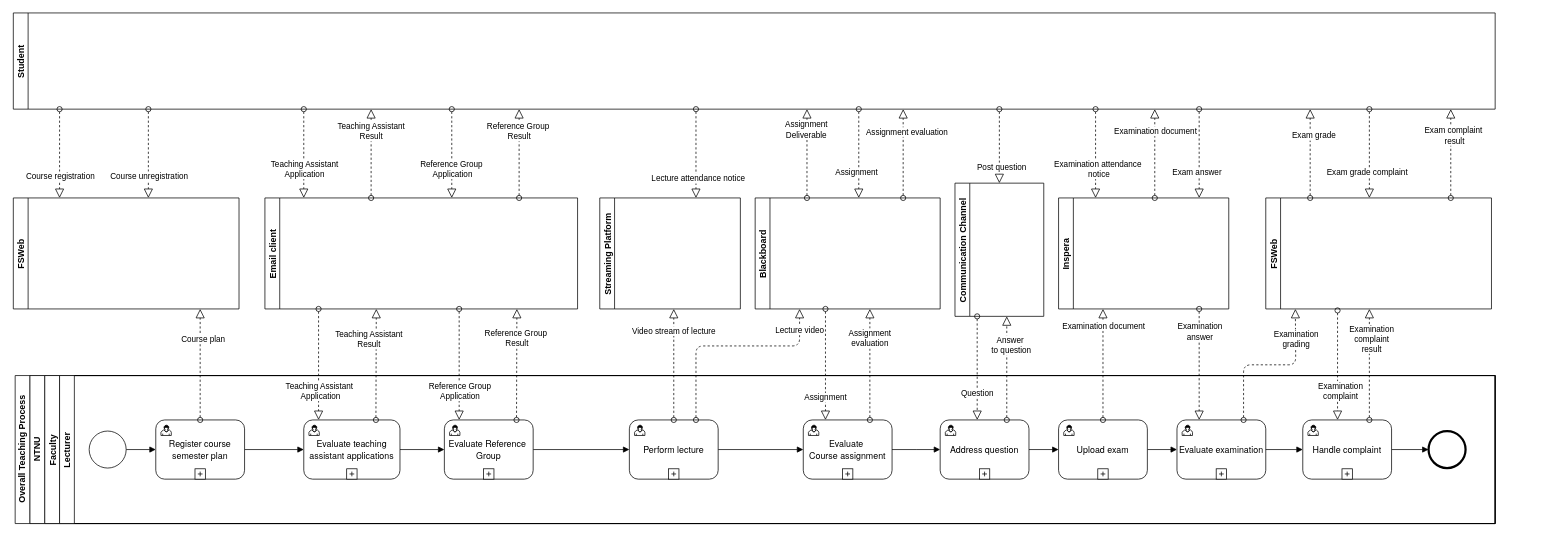
Before: Overall Teaching Process TO BE.drawio in gullskatten/BPMN-models, a draw.io diagram. Source tidied: cells renumbered, new cells numbered last; positions are measured from the earlier drawing's top-left corner, leaving out a move shared by most shapes. Both pictures are drawn from the tidied source at 74%, with x=0, y=0 at pixel (13, 13).
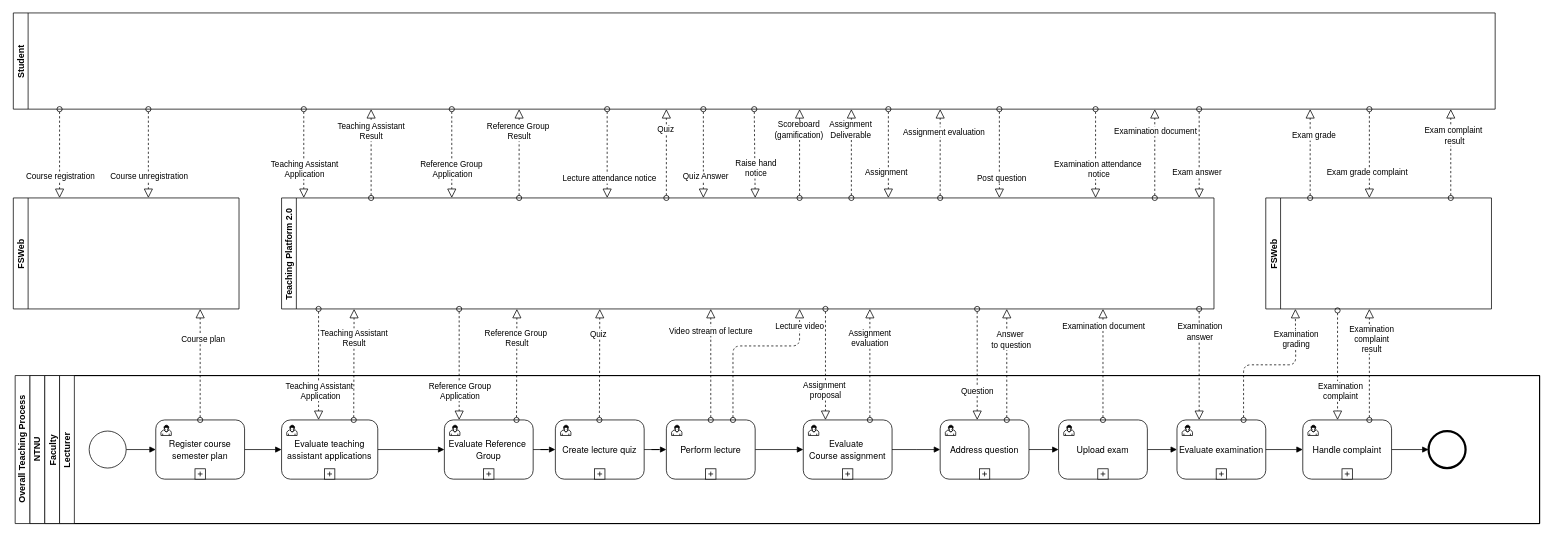
After the change.

The change refers to these unchanged cells:
```xml
<mxCell id="9" value="&lt;span style=&quot;font-family: &amp;#34;helvetica neue&amp;#34;&quot;&gt;Address question&lt;br&gt;&lt;/span&gt;" style="html=1;whiteSpace=wrap;rounded=1;" parent="5" vertex="1">
  <mxGeometry x="1190" y="60" width="120" height="80" as="geometry" />
</mxCell>
<mxCell id="26" value="&lt;span style=&quot;font-family: &amp;#34;helvetica neue&amp;#34;&quot;&gt;Evaluate Reference&amp;nbsp;&lt;br&gt;Group&lt;br&gt;&lt;/span&gt;" style="html=1;whiteSpace=wrap;rounded=1;" parent="5" vertex="1">
  <mxGeometry x="520" y="60" width="120" height="80" as="geometry" />
</mxCell>
<mxCell id="45" value="Student" style="swimlane;startSize=20;horizontal=0;" parent="1" vertex="1">
  <mxGeometry x="-0.5" width="2002.5" height="130" as="geometry" />
</mxCell>
```

Diff of the diagram source:
```diff
@@
     <mxCell id="2" value="Overall Teaching Process" style="swimlane;html=1;horizontal=0;startSize=20;" parent="1" vertex="1">
-      <mxGeometry x="2" y="490" width="2000" height="200" as="geometry" />
+      <mxGeometry x="2" y="490" width="2060" height="200" as="geometry" />
     </mxCell>
     <mxCell id="3" value="NTNU" style="swimlane;html=1;startSize=20;horizontal=0;" parent="2" vertex="1">
-      <mxGeometry x="20" width="1980" height="200" as="geometry" />
+      <mxGeometry x="20" width="2040" height="200" as="geometry" />
     </mxCell>
     <mxCell id="4" value="Faculty" style="swimlane;startSize=20;horizontal=0;" parent="3" vertex="1">
-      <mxGeometry x="20" width="1960" height="200" as="geometry" />
+      <mxGeometry x="20" width="2020" height="200" as="geometry" />
     </mxCell>
     <mxCell id="5" value="Lecturer" style="swimlane;startSize=20;horizontal=0;" parent="4" vertex="1">
-      <mxGeometry x="20" width="1940" height="200" as="geometry" />
+      <mxGeometry x="20" width="2000" height="200" as="geometry" />
     </mxCell>
@@
+    <mxCell id="12" value="&lt;span style=&quot;font-family: &amp;#34;helvetica neue&amp;#34;&quot;&gt;Evaluate&amp;nbsp;&lt;br&gt;Course assignment&lt;br&gt;&lt;/span&gt;" style="html=1;whiteSpace=wrap;rounded=1;" parent="5" vertex="1">
+      <mxGeometry x="1005" y="60" width="120" height="80" as="geometry" />
+    </mxCell>
+    <mxCell id="13" style="html=1;shape=mxgraph.bpmn.user_task;" parent="12" vertex="1">
+      <mxGeometry width="14" height="14" relative="1" as="geometry">
+        <mxPoint x="7" y="7" as="offset" />
+      </mxGeometry>
+    </mxCell>
+    <mxCell id="14" style="html=1;shape=plus;" parent="12" vertex="1">
+      <mxGeometry x="0.5" y="1" width="14" height="14" relative="1" as="geometry">
+        <mxPoint x="-7" y="-14" as="offset" />
+      </mxGeometry>
+    </mxCell>
+    <mxCell id="111" value="&lt;span style=&quot;font-family: &amp;#34;helvetica neue&amp;#34;&quot;&gt;Create lecture quiz&lt;br&gt;&lt;/span&gt;" style="html=1;whiteSpace=wrap;rounded=1;" parent="5" vertex="1">
+      <mxGeometry x="670" y="60" width="120" height="80" as="geometry" />
+    </mxCell>
+    <mxCell id="112" style="html=1;shape=mxgraph.bpmn.user_task;" parent="111" vertex="1">
+      <mxGeometry width="14" height="14" relative="1" as="geometry">
+        <mxPoint x="7" y="7" as="offset" />
+      </mxGeometry>
+    </mxCell>
+    <mxCell id="113" style="html=1;shape=plus;" parent="111" vertex="1">
+      <mxGeometry x="0.5" y="1" width="14" height="14" relative="1" as="geometry">
+        <mxPoint x="-7" y="-14" as="offset" />
+      </mxGeometry>
+    </mxCell>
+    <mxCell id="22" value="&lt;span style=&quot;font-family: &amp;#34;helvetica neue&amp;#34;&quot;&gt;Perform lecture&lt;br&gt;&lt;/span&gt;" style="html=1;whiteSpace=wrap;rounded=1;" parent="5" vertex="1">
+      <mxGeometry x="820" y="60" width="120" height="80" as="geometry" />
+    </mxCell>
+    <mxCell id="23" style="html=1;shape=mxgraph.bpmn.user_task;" parent="22" vertex="1">
+      <mxGeometry width="14" height="14" relative="1" as="geometry">
+        <mxPoint x="7" y="7" as="offset" />
+      </mxGeometry>
+    </mxCell>
+    <mxCell id="24" style="html=1;shape=plus;" parent="22" vertex="1">
+      <mxGeometry x="0.5" y="1" width="14" height="14" relative="1" as="geometry">
+        <mxPoint x="-7" y="-14" as="offset" />
+      </mxGeometry>
+    </mxCell>
@@
-    <mxCell id="12" value="&lt;span style=&quot;font-family: &amp;#34;helvetica neue&amp;#34;&quot;&gt;Evaluate&amp;nbsp;&lt;br&gt;Course assignment&lt;br&gt;&lt;/span&gt;" style="html=1;whiteSpace=wrap;rounded=1;" parent="5" vertex="1">
-      <mxGeometry x="1005" y="60" width="120" height="80" as="geometry" />
-    </mxCell>
-    <mxCell id="13" style="html=1;shape=mxgraph.bpmn.user_task;" parent="12" vertex="1">
-      <mxGeometry width="14" height="14" relative="1" as="geometry">
-        <mxPoint x="7" y="7" as="offset" />
-      </mxGeometry>
-    </mxCell>
-    <mxCell id="14" style="html=1;shape=plus;" parent="12" vertex="1">
-      <mxGeometry x="0.5" y="1" width="14" height="14" relative="1" as="geometry">
-        <mxPoint x="-7" y="-14" as="offset" />
-      </mxGeometry>
-    </mxCell>
@@
-    <mxCell id="22" value="&lt;span style=&quot;font-family: &amp;#34;helvetica neue&amp;#34;&quot;&gt;Perform lecture&lt;br&gt;&lt;/span&gt;" style="html=1;whiteSpace=wrap;rounded=1;" parent="5" vertex="1">
-      <mxGeometry x="770" y="60" width="120" height="80" as="geometry" />
-    </mxCell>
-    <mxCell id="23" style="html=1;shape=mxgraph.bpmn.user_task;" parent="22" vertex="1">
-      <mxGeometry width="14" height="14" relative="1" as="geometry">
-        <mxPoint x="7" y="7" as="offset" />
-      </mxGeometry>
-    </mxCell>
-    <mxCell id="24" style="html=1;shape=plus;" parent="22" vertex="1">
-      <mxGeometry x="0.5" y="1" width="14" height="14" relative="1" as="geometry">
-        <mxPoint x="-7" y="-14" as="offset" />
-      </mxGeometry>
-    </mxCell>
-    <mxCell id="25" style="edgeStyle=orthogonalEdgeStyle;rounded=0;jettySize=auto;html=1;entryX=0;entryY=0.5;entryDx=0;entryDy=0;endArrow=block;endFill=1;" parent="5" edge="1" source="26" target="22">
+    <mxCell id="25" style="edgeStyle=orthogonalEdgeStyle;rounded=0;jettySize=auto;html=1;entryX=0;entryY=0.5;entryDx=0;entryDy=0;endArrow=block;endFill=1;" parent="5" edge="1" source="111" target="22">
       <mxGeometry relative="1" as="geometry" />
     </mxCell>
@@
-    <mxCell id="30" value="&lt;span style=&quot;font-family: &amp;#34;helvetica neue&amp;#34;&quot;&gt;Evaluate teaching assistant applications&lt;/span&gt;" style="html=1;whiteSpace=wrap;rounded=1;" parent="5" vertex="1">
-      <mxGeometry x="330" y="60" width="130" height="80" as="geometry" />
-    </mxCell>
-    <mxCell id="31" style="html=1;shape=mxgraph.bpmn.user_task;" parent="30" vertex="1">
-      <mxGeometry width="14" height="14" relative="1" as="geometry">
-        <mxPoint x="7" y="7" as="offset" />
-      </mxGeometry>
-    </mxCell>
-    <mxCell id="32" style="html=1;shape=plus;" parent="30" vertex="1">
-      <mxGeometry x="0.5" y="1" width="14" height="14" relative="1" as="geometry">
-        <mxPoint x="-7" y="-14" as="offset" />
-      </mxGeometry>
-    </mxCell>
@@
+    <mxCell id="114" style="edgeStyle=orthogonalEdgeStyle;rounded=0;jettySize=auto;html=1;entryX=0;entryY=0.5;entryDx=0;entryDy=0;endArrow=block;endFill=1;" parent="5" edge="1" source="26" target="111">
+      <mxGeometry relative="1" as="geometry" />
+    </mxCell>
+    <mxCell id="115" style="startArrow=oval;startFill=0;startSize=7;endArrow=block;endFill=0;endSize=10;dashed=1;html=1;" parent="5" edge="1">
+      <mxGeometry relative="1" as="geometry">
+        <mxPoint x="729.5" y="60" as="sourcePoint" />
+        <mxPoint x="730" y="-90" as="targetPoint" />
+      </mxGeometry>
+    </mxCell>
+    <mxCell id="116" value="Quiz" style="edgeLabel;html=1;align=center;verticalAlign=middle;" parent="115" vertex="1">
+      <mxGeometry x="0.55" y="2" relative="1" as="geometry" />
+    </mxCell>
+    <mxCell id="30" value="&lt;span style=&quot;font-family: &amp;#34;helvetica neue&amp;#34;&quot;&gt;Evaluate teaching assistant applications&lt;/span&gt;" style="html=1;whiteSpace=wrap;rounded=1;" parent="5" vertex="1">
+      <mxGeometry x="300" y="60" width="130" height="80" as="geometry" />
+    </mxCell>
+    <mxCell id="31" style="html=1;shape=mxgraph.bpmn.user_task;" parent="30" vertex="1">
+      <mxGeometry width="14" height="14" relative="1" as="geometry">
+        <mxPoint x="7" y="7" as="offset" />
+      </mxGeometry>
+    </mxCell>
+    <mxCell id="32" style="html=1;shape=plus;" parent="30" vertex="1">
+      <mxGeometry x="0.5" y="1" width="14" height="14" relative="1" as="geometry">
+        <mxPoint x="-7" y="-14" as="offset" />
+      </mxGeometry>
+    </mxCell>
@@
+    <mxCell id="105" style="startArrow=oval;startFill=0;startSize=7;endArrow=block;endFill=0;endSize=10;dashed=1;html=1;" parent="45" edge="1">
+      <mxGeometry relative="1" as="geometry">
+        <mxPoint x="1332.5" y="130" as="sourcePoint" />
+        <mxPoint x="1332.5" y="250" as="targetPoint" />
+        <Array as="points">
+          <mxPoint x="1332.5" y="210" />
+        </Array>
+      </mxGeometry>
+    </mxCell>
+    <mxCell id="106" value="Post question" style="edgeLabel;html=1;align=center;verticalAlign=middle;" parent="105" vertex="1">
+      <mxGeometry x="0.55" y="2" relative="1" as="geometry" />
+    </mxCell>
@@
-    <mxCell id="49" value="Email client" style="swimlane;startSize=20;horizontal=0;" parent="1" vertex="1">
-      <mxGeometry x="339.5" y="250" width="422.5" height="150" as="geometry" />
-    </mxCell>
@@
     <mxCell id="54" value="Teaching Assistant &lt;br&gt;Result" style="startArrow=oval;startFill=0;startSize=7;endArrow=block;endFill=0;endSize=10;dashed=1;html=1;exitX=0.75;exitY=0;exitDx=0;exitDy=0;" parent="1" edge="1" source="30">
-      <mxGeometry x="0.45" y="10" relative="1" as="geometry">
-        <mxPoint x="490" y="400" as="targetPoint" />
+      <mxGeometry x="0.47" relative="1" as="geometry">
+        <mxPoint x="460" y="400" as="targetPoint" />
       </mxGeometry>
     </mxCell>
@@
-    <mxCell id="64" value="Streaming Platform" style="swimlane;startSize=20;horizontal=0;" parent="1" vertex="1">
-      <mxGeometry x="792" y="250" width="190" height="150" as="geometry" />
-    </mxCell>
     <mxCell id="65" value="Video stream of lecture" style="startArrow=oval;startFill=0;startSize=7;endArrow=block;endFill=0;endSize=10;dashed=1;html=1;exitX=0.5;exitY=0;exitDx=0;exitDy=0;" parent="1" edge="1" source="22">
       <mxGeometry x="0.6" relative="1" as="geometry">
-        <mxPoint x="892" y="400" as="targetPoint" />
+        <mxPoint x="942" y="400" as="targetPoint" />
       </mxGeometry>
     </mxCell>
     <mxCell id="66" style="startArrow=oval;startFill=0;startSize=7;endArrow=block;endFill=0;endSize=10;dashed=1;html=1;" parent="1" edge="1">
       <mxGeometry relative="1" as="geometry">
-        <mxPoint x="922" y="130" as="sourcePoint" />
-        <mxPoint x="922" y="250" as="targetPoint" />
+        <mxPoint x="802" y="130" as="sourcePoint" />
+        <mxPoint x="802" y="250" as="targetPoint" />
       </mxGeometry>
     </mxCell>
@@
-    <mxCell id="68" value="Blackboard" style="swimlane;startSize=20;horizontal=0;" parent="1" vertex="1">
-      <mxGeometry x="1002" y="250" width="250" height="150" as="geometry" />
-    </mxCell>
-    <mxCell id="69" style="startArrow=oval;startFill=0;startSize=7;endArrow=block;endFill=0;endSize=10;dashed=1;html=1;" parent="68" edge="1">
-      <mxGeometry relative="1" as="geometry">
-        <mxPoint x="70" as="sourcePoint" />
-        <mxPoint x="70" y="-120" as="targetPoint" />
-      </mxGeometry>
-    </mxCell>
-    <mxCell id="70" value="Assignment &lt;br&gt;Deliverable" style="edgeLabel;html=1;align=center;verticalAlign=middle;" parent="69" vertex="1">
-      <mxGeometry x="0.55" y="2" relative="1" as="geometry" />
-    </mxCell>
     <mxCell id="71" value="Lecture video" style="startArrow=oval;startFill=0;startSize=7;endArrow=block;endFill=0;endSize=10;dashed=1;html=1;exitX=0.75;exitY=0;exitDx=0;exitDy=0;edgeStyle=orthogonalEdgeStyle;" parent="1" edge="1" source="22">
       <mxGeometry x="0.8" relative="1" as="geometry">
         <mxPoint x="1062" y="400" as="targetPoint" />
         <Array as="points">
-          <mxPoint x="922" y="450" />
+          <mxPoint x="972" y="450" />
           <mxPoint x="1062" y="450" />
         </Array>
       </mxGeometry>
     </mxCell>
@@
-    <mxCell id="73" value="Assignment" style="startArrow=oval;startFill=0;startSize=7;endArrow=block;endFill=0;endSize=10;dashed=1;html=1;entryX=0.25;entryY=0;entryDx=0;entryDy=0;" parent="1" edge="1" target="12">
-      <mxGeometry x="0.6" relative="1" as="geometry">
+    <mxCell id="73" value="Assignment&amp;nbsp;&lt;br&gt;proposal" style="startArrow=oval;startFill=0;startSize=7;endArrow=block;endFill=0;endSize=10;dashed=1;html=1;entryX=0.25;entryY=0;entryDx=0;entryDy=0;" parent="1" edge="1" target="12">
+      <mxGeometry x="0.47" relative="1" as="geometry">
         <mxPoint x="1097" y="400" as="sourcePoint" />
       </mxGeometry>
     </mxCell>
     <mxCell id="74" style="startArrow=oval;startFill=0;startSize=7;endArrow=block;endFill=0;endSize=10;dashed=1;html=1;" parent="1" edge="1">
       <mxGeometry relative="1" as="geometry">
-        <mxPoint x="1142" y="130" as="sourcePoint" />
-        <mxPoint x="1142" y="250" as="targetPoint" />
+        <mxPoint x="1182" y="130" as="sourcePoint" />
+        <mxPoint x="1182" y="250" as="targetPoint" />
       </mxGeometry>
     </mxCell>
@@
     <mxCell id="76" style="startArrow=oval;startFill=0;startSize=7;endArrow=block;endFill=0;endSize=10;dashed=1;html=1;" parent="1" edge="1">
       <mxGeometry relative="1" as="geometry">
-        <mxPoint x="1202" y="250" as="sourcePoint" />
-        <mxPoint x="1202" y="130" as="targetPoint" />
+        <mxPoint x="1252" y="250" as="sourcePoint" />
+        <mxPoint x="1252" y="130" as="targetPoint" />
       </mxGeometry>
     </mxCell>
@@
-    <mxCell id="78" value="Inspera" style="swimlane;startSize=20;horizontal=0;" parent="1" vertex="1">
-      <mxGeometry x="1412" y="250" width="230" height="150" as="geometry" />
-    </mxCell>
@@
-    <mxCell id="104" value="Communication Channel" style="swimlane;startSize=20;horizontal=0;" parent="1" vertex="1">
-      <mxGeometry x="1272" y="230" width="120" height="180" as="geometry" />
-    </mxCell>
-    <mxCell id="105" style="startArrow=oval;startFill=0;startSize=7;endArrow=block;endFill=0;endSize=10;dashed=1;html=1;entryX=0.5;entryY=0;entryDx=0;entryDy=0;" parent="104" edge="1" target="104">
-      <mxGeometry relative="1" as="geometry">
-        <mxPoint x="60" y="-100" as="sourcePoint" />
-      </mxGeometry>
-    </mxCell>
-    <mxCell id="106" value="Post question" style="edgeLabel;html=1;align=center;verticalAlign=middle;" parent="105" vertex="1">
-      <mxGeometry x="0.55" y="2" relative="1" as="geometry" />
-    </mxCell>
     <mxCell id="107" style="startArrow=oval;startFill=0;startSize=7;endArrow=block;endFill=0;endSize=10;dashed=1;html=1;exitX=0.75;exitY=0;exitDx=0;exitDy=0;" parent="1" edge="1" source="9">
       <mxGeometry relative="1" as="geometry">
-        <mxPoint x="1342" y="410" as="targetPoint" />
+        <mxPoint x="1342" y="400" as="targetPoint" />
       </mxGeometry>
     </mxCell>
@@
-    <mxCell id="109" style="startArrow=oval;startFill=0;startSize=7;endArrow=block;endFill=0;endSize=10;dashed=1;html=1;exitX=0.25;exitY=1;exitDx=0;exitDy=0;entryX=0.417;entryY=0;entryDx=0;entryDy=0;entryPerimeter=0;" parent="1" edge="1" source="104" target="9">
-      <mxGeometry relative="1" as="geometry" />
+    <mxCell id="109" style="startArrow=oval;startFill=0;startSize=7;endArrow=block;endFill=0;endSize=10;dashed=1;html=1;entryX=0.417;entryY=0;entryDx=0;entryDy=0;entryPerimeter=0;" parent="1" edge="1" target="9">
+      <mxGeometry relative="1" as="geometry">
+        <mxPoint x="1302" y="400" as="sourcePoint" />
+      </mxGeometry>
     </mxCell>
@@
+    <mxCell id="69" style="startArrow=oval;startFill=0;startSize=7;endArrow=block;endFill=0;endSize=10;dashed=1;html=1;" parent="1" edge="1">
+      <mxGeometry relative="1" as="geometry">
+        <mxPoint x="1132" y="250" as="sourcePoint" />
+        <mxPoint x="1132" y="130" as="targetPoint" />
+      </mxGeometry>
+    </mxCell>
+    <mxCell id="70" value="Assignment &lt;br&gt;Deliverable" style="edgeLabel;html=1;align=center;verticalAlign=middle;" parent="69" vertex="1">
+      <mxGeometry x="0.55" y="2" relative="1" as="geometry" />
+    </mxCell>
+    <mxCell id="117" value="Teaching Platform 2.0" style="swimlane;startSize=20;horizontal=0;" parent="1" vertex="1">
+      <mxGeometry x="362" y="250" width="1260" height="150" as="geometry" />
+    </mxCell>
+    <mxCell id="118" style="startArrow=oval;startFill=0;startSize=7;endArrow=block;endFill=0;endSize=10;dashed=1;html=1;" parent="1" edge="1">
+      <mxGeometry relative="1" as="geometry">
+        <mxPoint x="882" y="250" as="sourcePoint" />
+        <mxPoint x="882" y="130" as="targetPoint" />
+      </mxGeometry>
+    </mxCell>
+    <mxCell id="119" value="Quiz" style="edgeLabel;html=1;align=center;verticalAlign=middle;" parent="118" vertex="1">
+      <mxGeometry x="0.55" y="2" relative="1" as="geometry" />
+    </mxCell>
+    <mxCell id="120" style="startArrow=oval;startFill=0;startSize=7;endArrow=block;endFill=0;endSize=10;dashed=1;html=1;" parent="1" edge="1">
+      <mxGeometry relative="1" as="geometry">
+        <mxPoint x="932" y="130" as="sourcePoint" />
+        <mxPoint x="932" y="250" as="targetPoint" />
+      </mxGeometry>
+    </mxCell>
+    <mxCell id="121" value="Quiz Answer" style="edgeLabel;html=1;align=center;verticalAlign=middle;" parent="120" vertex="1">
+      <mxGeometry x="0.55" y="2" relative="1" as="geometry">
+        <mxPoint y="-3" as="offset" />
+      </mxGeometry>
+    </mxCell>
+    <mxCell id="122" style="startArrow=oval;startFill=0;startSize=7;endArrow=block;endFill=0;endSize=10;dashed=1;html=1;exitX=0.5;exitY=1;exitDx=0;exitDy=0;" parent="1" edge="1" source="45">
+      <mxGeometry relative="1" as="geometry">
+        <mxPoint x="1002" y="250" as="targetPoint" />
+      </mxGeometry>
+    </mxCell>
+    <mxCell id="123" value="Raise hand&lt;br&gt;notice" style="edgeLabel;html=1;align=center;verticalAlign=middle;" parent="122" vertex="1">
+      <mxGeometry x="0.55" y="2" relative="1" as="geometry">
+        <mxPoint x="-1.7" y="-13" as="offset" />
+      </mxGeometry>
+    </mxCell>
+    <mxCell id="124" style="startArrow=oval;startFill=0;startSize=7;endArrow=block;endFill=0;endSize=10;dashed=1;html=1;" parent="1" edge="1">
+      <mxGeometry relative="1" as="geometry">
+        <mxPoint x="1062" y="250" as="sourcePoint" />
+        <mxPoint x="1062" y="130" as="targetPoint" />
+      </mxGeometry>
+    </mxCell>
+    <mxCell id="125" value="Scoreboard&lt;br&gt;(gamification)" style="edgeLabel;html=1;align=center;verticalAlign=middle;" parent="124" vertex="1">
+      <mxGeometry x="0.55" y="2" relative="1" as="geometry" />
+    </mxCell>
```
